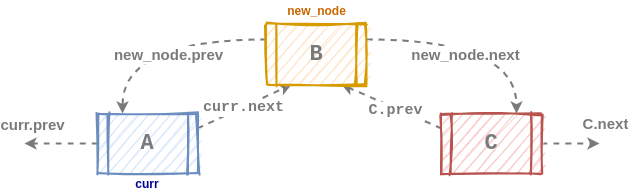
rolemadelen/euisblue.github.io keeps this draw.io diagram as assets/images/data-structure/linked-list/dll-insert_at3.png. Above is the earlier version. Source tidied: cells renumbered, new cells last; positions are measured from the earlier drawing's top-left corner, leaving out a move shared by most shapes.
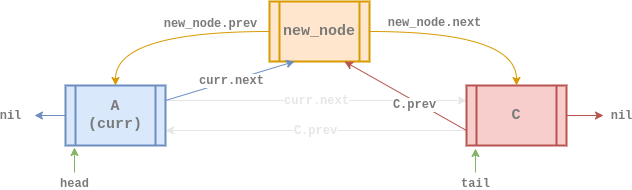
The same file after the commit.

The edit, as a diff of the source:
```diff
@@ -2,45 +2,60 @@
   <root>
     <mxCell id="0" />
     <mxCell id="1" parent="0" />
-    <mxCell id="2" value="&lt;font color=&quot;#7a7a7a&quot; face=&quot;Courier New&quot; size=&quot;1&quot;&gt;&lt;b style=&quot;font-size: 15px&quot;&gt;curr.next&lt;/b&gt;&lt;/font&gt;" style="rounded=0;sketch=0;jettySize=auto;html=1;exitX=1;exitY=0.25;exitDx=0;exitDy=0;entryX=0.25;entryY=1;entryDx=0;entryDy=0;dashed=1;endArrow=classic;endFill=1;strokeColor=#7a7a7a;strokeWidth=2;" parent="1" edge="1" source="4" target="8">
-      <mxGeometry x="-0.02" relative="1" as="geometry">
-        <mxPoint y="1" as="offset" />
-      </mxGeometry>
+    <mxCell id="2" value="&lt;font face=&quot;courier new&quot; color=&quot;#e6e6e6&quot;&gt;&lt;span style=&quot;font-size: 12px&quot;&gt;&lt;b&gt;curr.next&lt;/b&gt;&lt;/span&gt;&lt;/font&gt;" style="edgeStyle=orthogonalEdgeStyle;curved=1;rounded=0;jettySize=auto;html=1;exitX=1;exitY=0.25;exitDx=0;exitDy=0;entryX=0;entryY=0.25;entryDx=0;entryDy=0;fillColor=#dae8fc;strokeColor=#E6E6E6;" parent="1" edge="1" source="6" target="4">
+      <mxGeometry relative="1" as="geometry" />
     </mxCell>
-    <mxCell id="3" value="&lt;font color=&quot;#7a7a7a&quot; face=&quot;helvetica&quot; size=&quot;1&quot;&gt;&lt;b style=&quot;font-size: 15px&quot;&gt;curr.prev&lt;/b&gt;&lt;/font&gt;" style="edgeStyle=orthogonalEdgeStyle;curved=1;rounded=0;sketch=0;jettySize=auto;html=1;exitX=0;exitY=0.5;exitDx=0;exitDy=0;dashed=1;endArrow=classic;endFill=1;strokeColor=#7a7a7a;strokeWidth=2;" parent="1" edge="1" source="4">
-      <mxGeometry x="0.78" y="-19" relative="1" as="geometry">
-        <mxPoint y="143" as="targetPoint" />
-      </mxGeometry>
+    <mxCell id="3" value="&lt;b style=&quot;font-size: 11px ; font-style: normal ; letter-spacing: normal ; text-align: center ; text-indent: 0px ; text-transform: none ; word-spacing: 0px ; font-family: &amp;#34;courier new&amp;#34;&quot;&gt;&lt;font style=&quot;font-size: 12px&quot; color=&quot;#e6e6e6&quot;&gt;C.prev&lt;/font&gt;&lt;/b&gt;" style="edgeStyle=orthogonalEdgeStyle;rounded=0;jettySize=auto;html=1;exitX=0;exitY=0.75;exitDx=0;exitDy=0;entryX=1;entryY=0.75;entryDx=0;entryDy=0;fillColor=#f8cecc;strokeColor=#E6E6E6;" parent="1" edge="1" source="4" target="6">
+      <mxGeometry relative="1" as="geometry" />
     </mxCell>
-    <mxCell id="4" value="&lt;b&gt;&lt;font style=&quot;font-size: 22px&quot; face=&quot;Courier New&quot; color=&quot;#7a7a7a&quot;&gt;A&lt;/font&gt;&lt;/b&gt;" style="shape=process;whiteSpace=wrap;html=1;backgroundOutline=1;fillColor=#dae8fc;strokeColor=#6c8ebf;gradientDirection=east;strokeWidth=2;shadow=0;glass=0;sketch=1;" parent="1" vertex="1">
-      <mxGeometry x="73" y="113" width="100" height="60" as="geometry" />
+    <mxCell id="4" value="&lt;div&gt;&lt;font color=&quot;#7a7a7a&quot; face=&quot;courier new&quot; style=&quot;font-size: 15px&quot;&gt;C&lt;/font&gt;&lt;/div&gt;" style="shape=process;whiteSpace=wrap;html=1;backgroundOutline=1;fillColor=#f8cecc;strokeColor=#b85450;gradientDirection=east;strokeWidth=2;shadow=0;glass=0;align=center;sketch=0;fontStyle=1;" parent="1" vertex="1">
+      <mxGeometry x="414" y="61" width="100" height="60" as="geometry" />
     </mxCell>
-    <mxCell id="5" value="&lt;b&gt;&lt;font style=&quot;font-size: 15px&quot; face=&quot;Courier New&quot; color=&quot;#7a7a7a&quot;&gt;C.prev&lt;/font&gt;&lt;/b&gt;" style="rounded=0;sketch=0;jettySize=auto;html=1;exitX=0;exitY=0.25;exitDx=0;exitDy=0;entryX=0.75;entryY=1;entryDx=0;entryDy=0;endArrow=classic;endFill=1;strokeColor=#7a7a7a;strokeWidth=2;dashed=1;" parent="1" edge="1" source="10" target="8">
-      <mxGeometry x="-0.1" y="2" relative="1" as="geometry" />
+    <mxCell id="5" value="&lt;font color=&quot;#7a7a7a&quot; face=&quot;courier new&quot;&gt;&lt;span style=&quot;font-size: 12px&quot;&gt;&lt;b&gt;nil&lt;/b&gt;&lt;/span&gt;&lt;/font&gt;" style="rounded=0;jettySize=auto;html=1;exitX=0;exitY=0.5;exitDx=0;exitDy=0;fillColor=#dae8fc;strokeColor=#6c8ebf;" parent="1" edge="1" source="6">
+      <mxGeometry x="1" y="24" relative="1" as="geometry">
+        <mxPoint x="-18" y="91" as="targetPoint" />
+        <mxPoint x="-24" y="-24" as="offset" />
+      </mxGeometry>
     </mxCell>
-    <mxCell id="6" value="&lt;b&gt;&lt;font style=&quot;font-size: 15px&quot; color=&quot;#7a7a7a&quot;&gt;new_node.next&lt;/font&gt;&lt;/b&gt;" style="edgeStyle=orthogonalEdgeStyle;curved=1;rounded=0;sketch=0;jettySize=auto;html=1;exitX=1;exitY=0.25;exitDx=0;exitDy=0;dashed=1;endArrow=classic;endFill=1;strokeColor=#7a7a7a;strokeWidth=2;entryX=0.75;entryY=0;entryDx=0;entryDy=0;" parent="1" edge="1" source="8" target="10">
-      <mxGeometry x="-0.12" y="-15" relative="1" as="geometry" />
+    <mxCell id="6" value="&lt;div&gt;&lt;font color=&quot;#7a7a7a&quot; face=&quot;courier new&quot;&gt;&lt;span style=&quot;font-size: 15px&quot;&gt;A&lt;/span&gt;&lt;/font&gt;&lt;/div&gt;&lt;div&gt;&lt;font color=&quot;#7a7a7a&quot; face=&quot;courier new&quot;&gt;&lt;span style=&quot;font-size: 15px&quot;&gt;(curr)&lt;/span&gt;&lt;/font&gt;&lt;/div&gt;" style="shape=process;whiteSpace=wrap;html=1;backgroundOutline=1;fillColor=#dae8fc;strokeColor=#6c8ebf;gradientDirection=east;strokeWidth=2;shadow=0;glass=0;align=center;sketch=0;fontStyle=1;" parent="1" vertex="1">
+      <mxGeometry x="13" y="61" width="100" height="60" as="geometry" />
     </mxCell>
-    <mxCell id="7" value="&lt;b&gt;&lt;font color=&quot;#7a7a7a&quot; style=&quot;font-size: 15px&quot;&gt;new_node.prev&lt;/font&gt;&lt;/b&gt;" style="edgeStyle=orthogonalEdgeStyle;curved=1;rounded=0;sketch=0;jettySize=auto;html=1;exitX=0;exitY=0.25;exitDx=0;exitDy=0;dashed=1;endArrow=classic;endFill=1;strokeColor=#7a7a7a;strokeWidth=2;entryX=0.25;entryY=0;entryDx=0;entryDy=0;" parent="1" edge="1" source="8" target="4">
-      <mxGeometry x="-0.1" y="15" relative="1" as="geometry" />
+    <mxCell id="7" value="&lt;font color=&quot;#7a7a7a&quot; face=&quot;courier new&quot;&gt;&lt;span style=&quot;font-size: 12px&quot;&gt;&lt;b&gt;nil&lt;/b&gt;&lt;/span&gt;&lt;/font&gt;" style="rounded=0;jettySize=auto;html=1;exitX=1;exitY=0.5;exitDx=0;exitDy=0;fillColor=#f8cecc;strokeColor=#b85450;" parent="1" edge="1" source="4">
+      <mxGeometry x="1" y="18" relative="1" as="geometry">
+        <mxPoint x="551" y="91" as="targetPoint" />
+        <mxPoint x="18" y="18" as="offset" />
+      </mxGeometry>
     </mxCell>
-    <mxCell id="8" value="&lt;div&gt;&lt;b style=&quot;font-size: 22px ; color: rgb(122 , 122 , 122) ; font-family: &amp;#34;courier new&amp;#34;&quot;&gt;B&lt;/b&gt;&lt;/div&gt;" style="shape=process;whiteSpace=wrap;html=1;backgroundOutline=1;fillColor=#ffe6cc;strokeColor=#d79b00;gradientDirection=east;strokeWidth=2;shadow=0;glass=0;sketch=1;align=center;" parent="1" vertex="1">
-      <mxGeometry x="242" y="24" width="100" height="60" as="geometry" />
+    <mxCell id="8" value="&lt;font color=&quot;#7a7a7a&quot; face=&quot;courier new&quot;&gt;&lt;span style=&quot;font-size: 12px&quot;&gt;&lt;b&gt;head&lt;/b&gt;&lt;/span&gt;&lt;/font&gt;" style="rounded=0;jettySize=auto;html=1;fillColor=#d5e8d4;strokeColor=#82b366;entryX=0.09;entryY=1.033;entryDx=0;entryDy=0;entryPerimeter=0;" parent="1" edge="1" target="6">
+      <mxGeometry x="-1" y="-11" relative="1" as="geometry">
+        <mxPoint x="22" y="148" as="sourcePoint" />
+        <mxPoint x="-11" y="11" as="offset" />
+      </mxGeometry>
     </mxCell>
-    <mxCell id="9" value="&lt;b style=&quot;color: rgb(122 , 122 , 122) ; font-family: &amp;#34;helvetica&amp;#34; ; font-style: normal ; letter-spacing: normal ; text-align: center ; text-indent: 0px ; text-transform: none ; word-spacing: 0px ; background-color: rgb(255 , 255 , 255)&quot;&gt;&lt;font style=&quot;font-size: 15px&quot;&gt;C.next&lt;/font&gt;&lt;/b&gt;" style="edgeStyle=orthogonalEdgeStyle;curved=1;rounded=0;sketch=0;jettySize=auto;html=1;exitX=1;exitY=0.5;exitDx=0;exitDy=0;dashed=1;endArrow=classic;endFill=1;strokeColor=#7a7a7a;strokeWidth=2;" parent="1" edge="1" source="10">
-      <mxGeometry x="1" y="21" relative="1" as="geometry">
-        <mxPoint x="575" y="143" as="targetPoint" />
-        <mxPoint x="6" y="1" as="offset" />
+    <mxCell id="9" value="&lt;font color=&quot;#7a7a7a&quot; face=&quot;courier new&quot;&gt;&lt;span style=&quot;font-size: 12px&quot;&gt;&lt;b&gt;tail&lt;/b&gt;&lt;/span&gt;&lt;/font&gt;" style="rounded=0;jettySize=auto;html=1;fillColor=#d5e8d4;strokeColor=#82b366;entryX=0.09;entryY=1.05;entryDx=0;entryDy=0;entryPerimeter=0;" parent="1" edge="1" target="4">
+      <mxGeometry x="-1" y="-11" relative="1" as="geometry">
+        <mxPoint x="423" y="148" as="sourcePoint" />
+        <mxPoint x="-11" y="11" as="offset" />
       </mxGeometry>
     </mxCell>
-    <mxCell id="10" value="&lt;div&gt;&lt;b style=&quot;font-size: 22px ; color: rgb(122 , 122 , 122) ; font-family: &amp;#34;courier new&amp;#34;&quot;&gt;C&lt;/b&gt;&lt;/div&gt;" style="shape=process;whiteSpace=wrap;html=1;backgroundOutline=1;fillColor=#f8cecc;strokeColor=#b85450;gradientDirection=east;strokeWidth=2;shadow=0;glass=0;sketch=1;align=center;" parent="1" vertex="1">
-      <mxGeometry x="417" y="113" width="100" height="60" as="geometry" />
+    <mxCell id="10" value="&lt;b style=&quot;color: rgb(122 , 122 , 122) ; font-family: &amp;#34;courier new&amp;#34; ; font-size: 12px ; font-style: normal ; letter-spacing: normal ; text-align: center ; text-indent: 0px ; text-transform: none ; word-spacing: 0px ; background-color: rgb(255 , 255 , 255)&quot;&gt;new_node.next&lt;/b&gt;" style="edgeStyle=orthogonalEdgeStyle;rounded=0;jettySize=auto;html=1;exitX=1;exitY=0.5;exitDx=0;exitDy=0;entryX=0.5;entryY=0;entryDx=0;entryDy=0;strokeColor=#d79b00;curved=1;fillColor=#ffe6cc;" parent="1" edge="1" source="12" target="4">
+      <mxGeometry x="-0.35" y="9" relative="1" as="geometry">
+        <Array as="points">
+          <mxPoint x="464" y="7" />
+        </Array>
+      </mxGeometry>
     </mxCell>
-    <mxCell id="11" value="&lt;b&gt;&lt;font color=&quot;#cc6600&quot;&gt;new_node&lt;/font&gt;&lt;/b&gt;" style="text;html=1;strokeColor=none;fillColor=none;align=center;verticalAlign=middle;whiteSpace=wrap;rounded=0;shadow=0;glass=0;sketch=0;opacity=30;" parent="1" vertex="1">
-      <mxGeometry x="257.5" width="69" height="20" as="geometry" />
+    <mxCell id="11" value="&lt;b style=&quot;color: rgb(122 , 122 , 122) ; font-family: &amp;#34;courier new&amp;#34; ; font-size: 12px ; font-style: normal ; letter-spacing: normal ; text-align: center ; text-indent: 0px ; text-transform: none ; word-spacing: 0px ; background-color: rgb(255 , 255 , 255)&quot;&gt;new_node.prev&lt;/b&gt;" style="edgeStyle=orthogonalEdgeStyle;curved=1;rounded=0;jettySize=auto;html=1;exitX=0;exitY=0.5;exitDx=0;exitDy=0;entryX=0.5;entryY=0;entryDx=0;entryDy=0;strokeColor=#d79b00;fillColor=#ffe6cc;" parent="1" edge="1" source="12" target="6">
+      <mxGeometry x="-0.43" y="-8" relative="1" as="geometry" />
     </mxCell>
-    <mxCell id="12" value="&lt;font color=&quot;#000099&quot;&gt;curr&lt;/font&gt;" style="text;html=1;strokeColor=none;fillColor=none;align=center;verticalAlign=middle;whiteSpace=wrap;rounded=0;shadow=0;glass=0;sketch=0;opacity=30;fontStyle=1;" parent="1" vertex="1">
-      <mxGeometry x="91" y="173" width="64" height="20" as="geometry" />
+    <mxCell id="12" value="&lt;font color=&quot;#7a7a7a&quot; face=&quot;Courier New&quot;&gt;&lt;span style=&quot;font-size: 15px ; font-style: normal&quot;&gt;&lt;b&gt;new_node&lt;br&gt;&lt;/b&gt;&lt;/span&gt;&lt;/font&gt;" style="shape=process;whiteSpace=wrap;html=1;backgroundOutline=1;fillColor=#ffe6cc;strokeColor=#d79b00;gradientDirection=east;strokeWidth=2;shadow=0;glass=0;sketch=0;fontStyle=2;" parent="1" vertex="1">
+      <mxGeometry x="217" y="-23" width="100" height="60" as="geometry" />
     </mxCell>
+    <mxCell id="13" value="&lt;font color=&quot;#7a7a7a&quot; face=&quot;courier new&quot;&gt;&lt;span style=&quot;font-size: 12px&quot;&gt;&lt;b&gt;curr.next&lt;/b&gt;&lt;/span&gt;&lt;/font&gt;" style="rounded=0;jettySize=auto;html=1;exitX=1;exitY=0.25;exitDx=0;exitDy=0;entryX=0.25;entryY=1;entryDx=0;entryDy=0;fillColor=#dae8fc;strokeColor=#6c8ebf;" parent="1" edge="1" source="6" target="12">
+      <mxGeometry x="0.03" relative="1" as="geometry" />
+    </mxCell>
+    <mxCell id="14" value="&lt;b style=&quot;color: rgb(0 , 0 , 0) ; font-size: 11px ; font-style: normal ; letter-spacing: normal ; text-align: center ; text-indent: 0px ; text-transform: none ; word-spacing: 0px ; font-family: &amp;#34;courier new&amp;#34;&quot;&gt;&lt;font color=&quot;#7a7a7a&quot; style=&quot;font-size: 12px&quot;&gt;C.prev&lt;/font&gt;&lt;/b&gt;" style="rounded=0;jettySize=auto;html=1;exitX=0;exitY=0.75;exitDx=0;exitDy=0;entryX=0.75;entryY=1;entryDx=0;entryDy=0;fillColor=#f8cecc;strokeColor=#b85450;" parent="1" edge="1" source="4" target="12">
+      <mxGeometry x="-0.17" y="3" relative="1" as="geometry" />
+    </mxCell>
   </root>
 </mxGraphModel>
```
